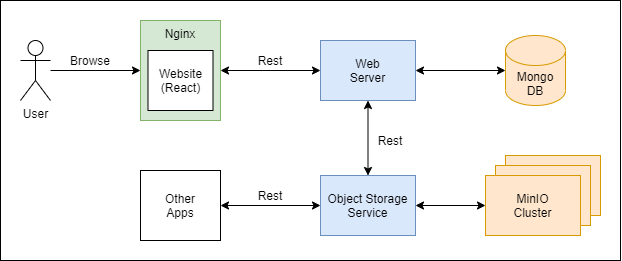
Before: doc/architecture.png, a diagram exported from draw.io (awarenessxz/TempFileDrop). Source tidied: cells renumbered, new cells last; positions are measured from the earlier drawing's top-left corner, leaving out a move shared by most shapes.
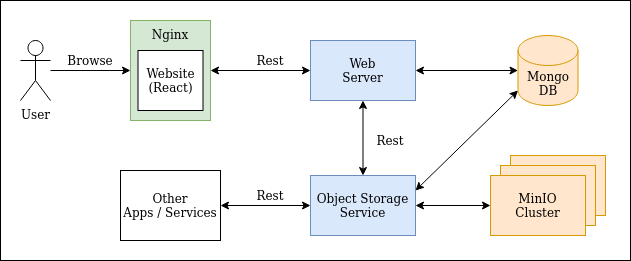
After the change.

What changed in the source:
```diff
@@ -3,22 +3,22 @@
     <mxCell id="0" />
     <mxCell id="1" parent="0" />
     <mxCell id="2" style="rounded=0;whiteSpace=wrap;html=1;" parent="1" vertex="1">
-      <mxGeometry width="620" height="260" as="geometry" />
+      <mxGeometry width="630" height="260" as="geometry" />
     </mxCell>
     <mxCell id="3" value="MinIO&lt;br&gt;Cluster" style="rounded=0;whiteSpace=wrap;html=1;fillColor=#ffe6cc;strokeColor=#d79b00;" parent="1" vertex="1">
-      <mxGeometry x="505" y="155" width="95" height="60" as="geometry" />
+      <mxGeometry x="510" y="155" width="95" height="60" as="geometry" />
     </mxCell>
     <mxCell id="4" value="MinIO&lt;br&gt;Cluster" style="rounded=0;whiteSpace=wrap;html=1;fillColor=#ffe6cc;strokeColor=#d79b00;" parent="1" vertex="1">
-      <mxGeometry x="495" y="165" width="95" height="60" as="geometry" />
+      <mxGeometry x="500" y="165" width="95" height="60" as="geometry" />
     </mxCell>
     <mxCell id="5" value="Nginx" style="rounded=0;whiteSpace=wrap;html=1;verticalAlign=top;fillColor=#d5e8d4;strokeColor=#82b366;" parent="1" vertex="1">
-      <mxGeometry x="140" y="20" width="80" height="100" as="geometry" />
+      <mxGeometry x="130" y="20" width="80" height="100" as="geometry" />
     </mxCell>
     <mxCell id="6" value="Website&lt;br&gt;(React)" style="rounded=0;whiteSpace=wrap;html=1;" parent="1" vertex="1">
-      <mxGeometry x="147.5" y="50" width="65" height="60" as="geometry" />
+      <mxGeometry x="137.5" y="50" width="65" height="60" as="geometry" />
     </mxCell>
     <mxCell id="7" value="Object Storage&lt;br&gt;Service" style="rounded=0;whiteSpace=wrap;html=1;fillColor=#dae8fc;strokeColor=#6c8ebf;" parent="1" vertex="1">
-      <mxGeometry x="320" y="175" width="95" height="60" as="geometry" />
+      <mxGeometry x="310" y="175" width="105" height="60" as="geometry" />
     </mxCell>
     <mxCell id="8" value="User" style="shape=umlActor;verticalLabelPosition=bottom;verticalAlign=top;html=1;outlineConnect=0;" parent="1" vertex="1">
       <mxGeometry x="20" y="40" width="30" height="60" as="geometry" />
@@ -30,16 +30,16 @@
       <mxGeometry x="70" y="50" width="40" height="20" as="geometry" />
     </mxCell>
     <mxCell id="11" value="MinIO&lt;br&gt;Cluster" style="rounded=0;whiteSpace=wrap;html=1;fillColor=#ffe6cc;strokeColor=#d79b00;" parent="1" vertex="1">
-      <mxGeometry x="485" y="175" width="95" height="60" as="geometry" />
+      <mxGeometry x="490" y="175" width="95" height="60" as="geometry" />
     </mxCell>
-    <mxCell id="12" style="endArrow=classic;startArrow=classic;html=1;entryX=0;entryY=0.5;entryDx=0;entryDy=0;" parent="1" edge="1" source="7" target="11">
+    <mxCell id="12" style="endArrow=classic;startArrow=classic;html=1;entryX=0;entryY=0.5;entryDx=0;entryDy=0;exitX=1;exitY=0.5;exitDx=0;exitDy=0;" parent="1" edge="1" source="7" target="11">
       <mxGeometry relative="1" as="geometry" />
     </mxCell>
     <mxCell id="13" value="Rest" style="text;html=1;strokeColor=none;fillColor=none;align=center;verticalAlign=middle;whiteSpace=wrap;rounded=0;" parent="1" vertex="1">
       <mxGeometry x="250" y="50" width="40" height="20" as="geometry" />
     </mxCell>
-    <mxCell id="14" value="Other&lt;br&gt;Apps" style="rounded=0;whiteSpace=wrap;html=1;" parent="1" vertex="1">
-      <mxGeometry x="140" y="170" width="80" height="70" as="geometry" />
+    <mxCell id="14" value="Other&lt;br&gt;Apps / Services" style="rounded=0;whiteSpace=wrap;html=1;" parent="1" vertex="1">
+      <mxGeometry x="120" y="170" width="100" height="70" as="geometry" />
     </mxCell>
     <mxCell id="15" style="endArrow=classic;startArrow=classic;html=1;exitX=1;exitY=0.5;exitDx=0;exitDy=0;entryX=0;entryY=0.5;entryDx=0;entryDy=0;" parent="1" edge="1" source="14" target="7">
       <mxGeometry relative="1" as="geometry" />
@@ -48,10 +48,10 @@
       <mxGeometry x="250" y="185" width="40" height="20" as="geometry" />
     </mxCell>
     <mxCell id="17" value="Web&lt;br&gt;Server" style="rounded=0;whiteSpace=wrap;html=1;fillColor=#dae8fc;strokeColor=#6c8ebf;" parent="1" vertex="1">
-      <mxGeometry x="320" y="40" width="95" height="60" as="geometry" />
+      <mxGeometry x="310" y="40" width="105" height="60" as="geometry" />
     </mxCell>
     <mxCell id="18" value="Mongo&lt;br&gt;DB" style="shape=cylinder3;whiteSpace=wrap;html=1;boundedLbl=1;backgroundOutline=1;size=15;fillColor=#ffe6cc;strokeColor=#d79b00;" parent="1" vertex="1">
-      <mxGeometry x="505" y="35" width="60" height="70" as="geometry" />
+      <mxGeometry x="517.5" y="35" width="60" height="70" as="geometry" />
     </mxCell>
     <mxCell id="19" style="endArrow=classic;startArrow=classic;html=1;entryX=0;entryY=0.5;entryDx=0;entryDy=0;entryPerimeter=0;exitX=1;exitY=0.5;exitDx=0;exitDy=0;" parent="1" edge="1" source="17" target="18">
       <mxGeometry relative="1" as="geometry" />
@@ -65,5 +65,8 @@
     <mxCell id="22" value="Rest" style="text;html=1;strokeColor=none;fillColor=none;align=center;verticalAlign=middle;whiteSpace=wrap;rounded=0;" parent="1" vertex="1">
       <mxGeometry x="370" y="130" width="40" height="20" as="geometry" />
     </mxCell>
+    <mxCell id="23" style="endArrow=classic;startArrow=classic;html=1;entryX=0;entryY=1;entryDx=0;entryDy=-15;entryPerimeter=0;exitX=1;exitY=0.25;exitDx=0;exitDy=0;" parent="1" edge="1" source="7" target="18">
+      <mxGeometry relative="1" as="geometry" />
+    </mxCell>
   </root>
 </mxGraphModel>
```
